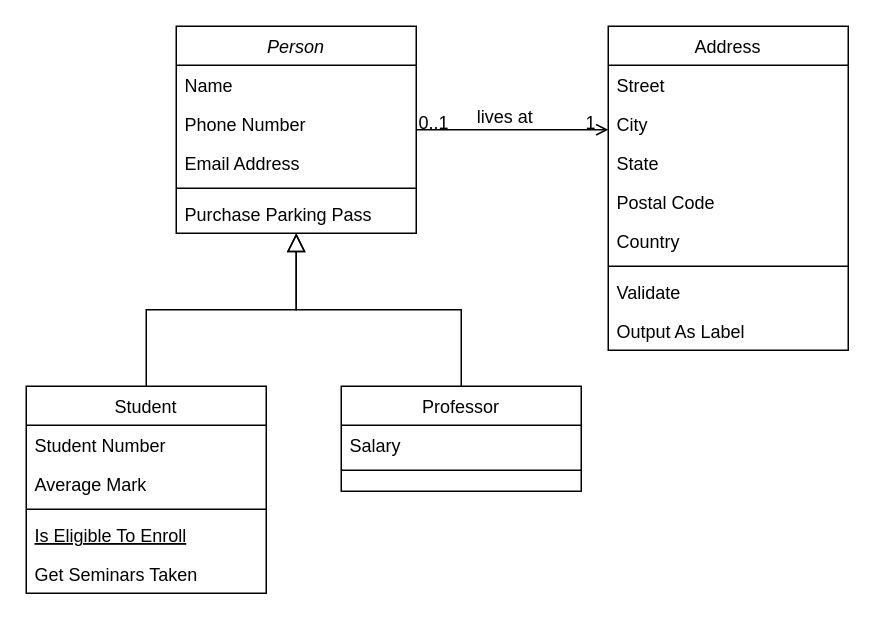
The draw.io diagram Untitled Diagram.drawio in TheNewtonCapstone/newton-architecture, before the edit. Source tidied: cells renumbered, new cells numbered last; positions are measured from the earlier drawing's top-left corner, leaving out a move shared by most shapes. Both pictures are drawn from the tidied source at 150%, with x=0, y=0 at pixel (26, 26).
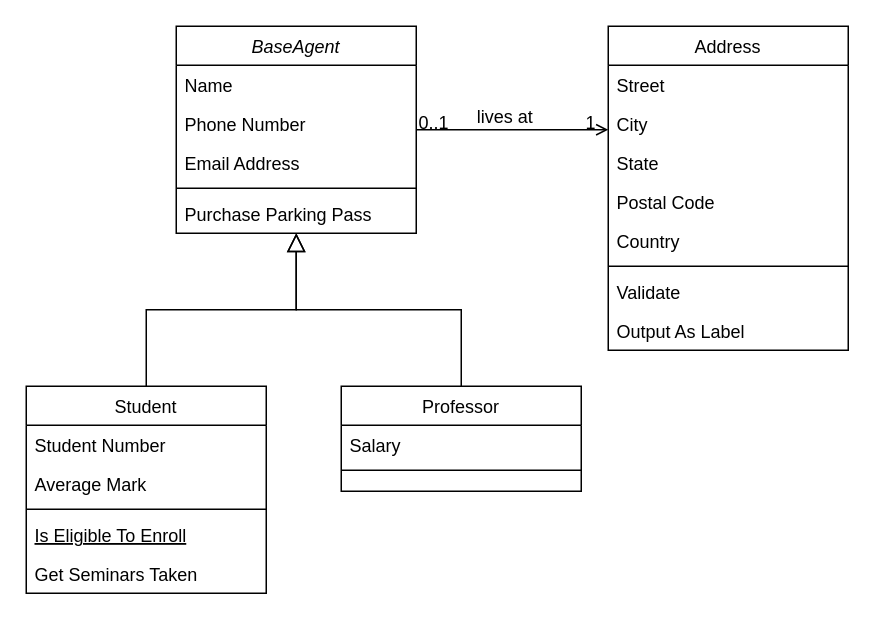
Above is the later version.

What changed in the source:
```diff
@@
-    <mxCell id="2" value="Person" style="swimlane;fontStyle=2;align=center;verticalAlign=top;horizontal=1;startSize=26;rounded=0;shadow=0;strokeWidth=1;" parent="1" vertex="1">
+    <mxCell id="2" value="BaseAgent" style="swimlane;fontStyle=2;align=center;verticalAlign=top;horizontal=1;startSize=26;rounded=0;shadow=0;strokeWidth=1;" parent="1" vertex="1">
       <mxGeometry x="100" width="160" height="138" as="geometry" />
     </mxCell>
```
